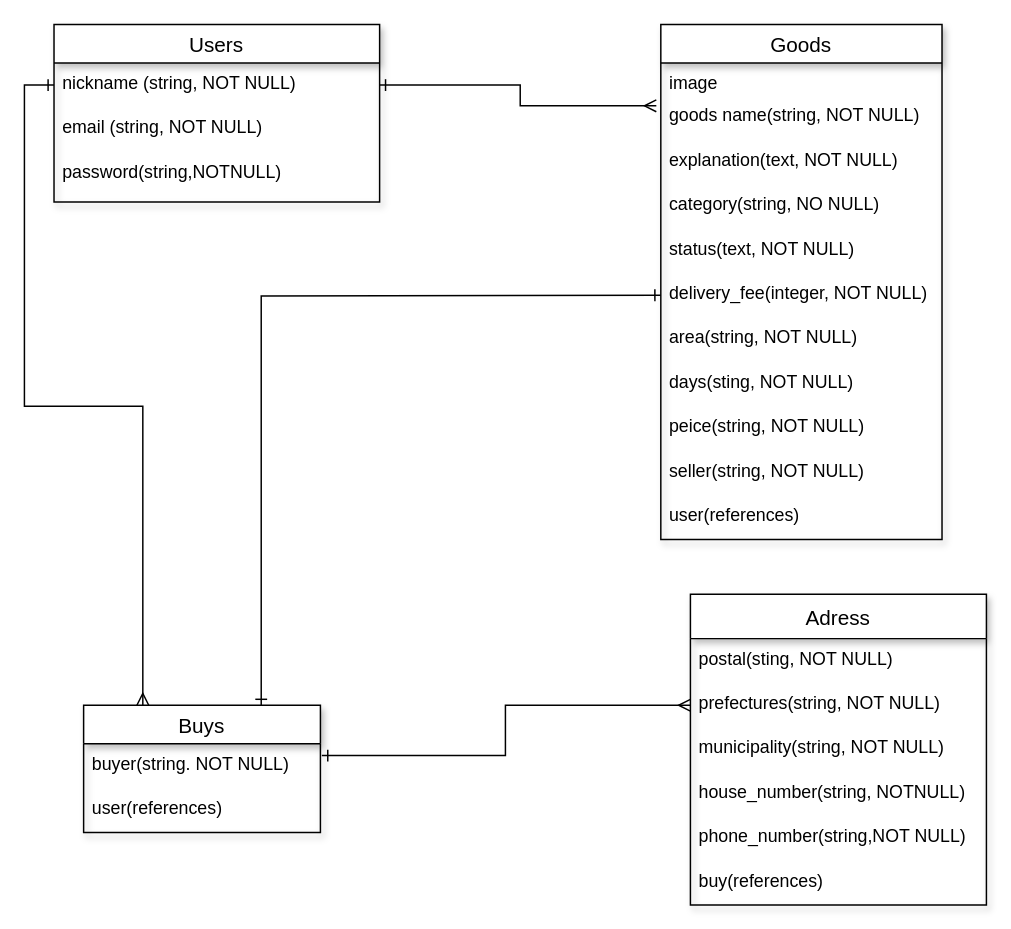
Above: test.dio in taiyou-sakaime/furima-32149 (draw.io), before the change. Source tidied: cells renumbered, new cells numbered last; positions are measured from the earlier drawing's top-left corner, leaving out a move shared by most shapes. Both pictures are drawn from the tidied source at 148%, with x=0, y=0 at pixel (53, 24).
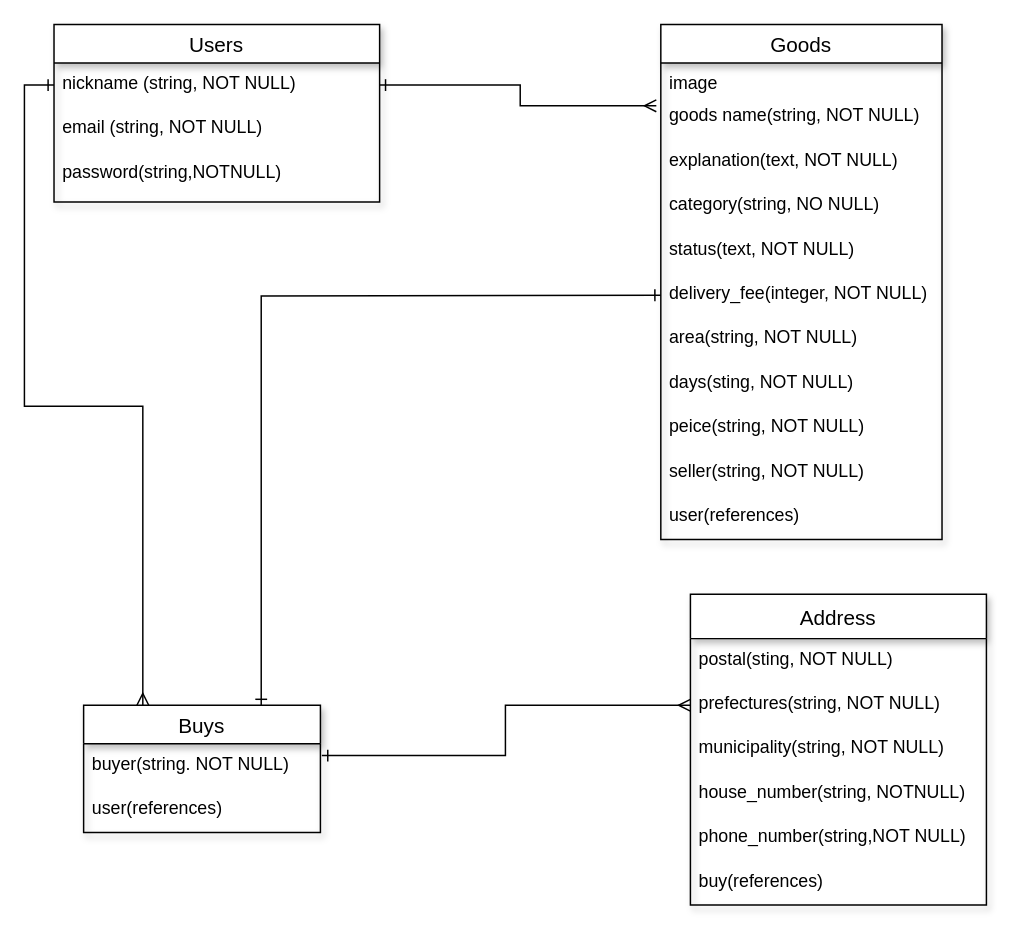
The same page after the edit.

Commit message (it also covers changes not shown here):
READNE.mdの修正

Change to the diagram source:
```diff
@@
-    <mxCell id="17" value="Adress" style="swimlane;fontStyle=0;horizontal=1;startSize=30;align=center;fontSize=14;shadow=1;" parent="1" vertex="1">
+    <mxCell id="17" value="Address" style="swimlane;fontStyle=0;horizontal=1;startSize=30;align=center;fontSize=14;shadow=1;" parent="1" vertex="1">
       <mxGeometry x="430" y="385" width="200" height="210" as="geometry" />
     </mxCell>
```
